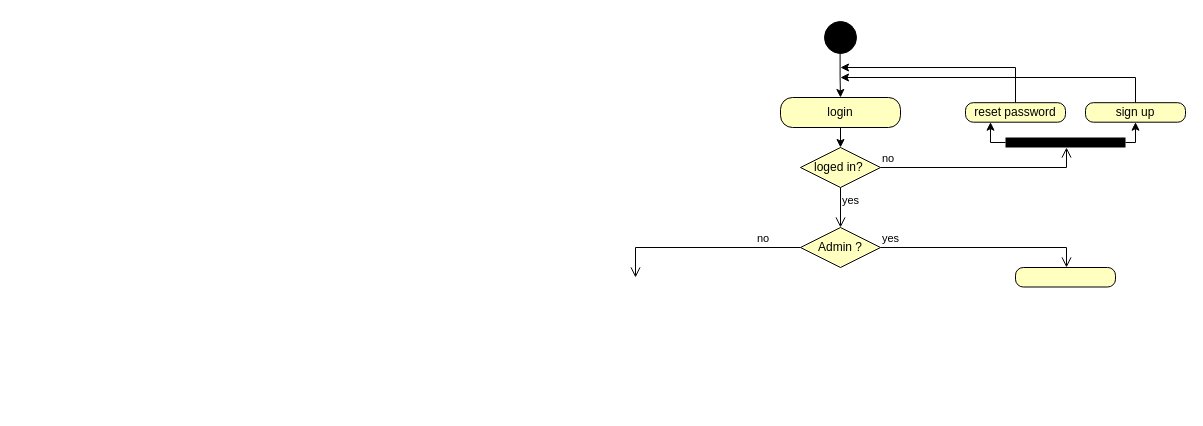
The draw.io diagram activite.drawio in oualidazemray/ENIIMSPORTS-v2, before the edit. Source tidied: cells renumbered, new cells numbered last; positions are measured from the earlier drawing's top-left corner, leaving out a move shared by most shapes. Both pictures are drawn from the tidied source at 100%, with x=0, y=0 at pixel (635, 17).
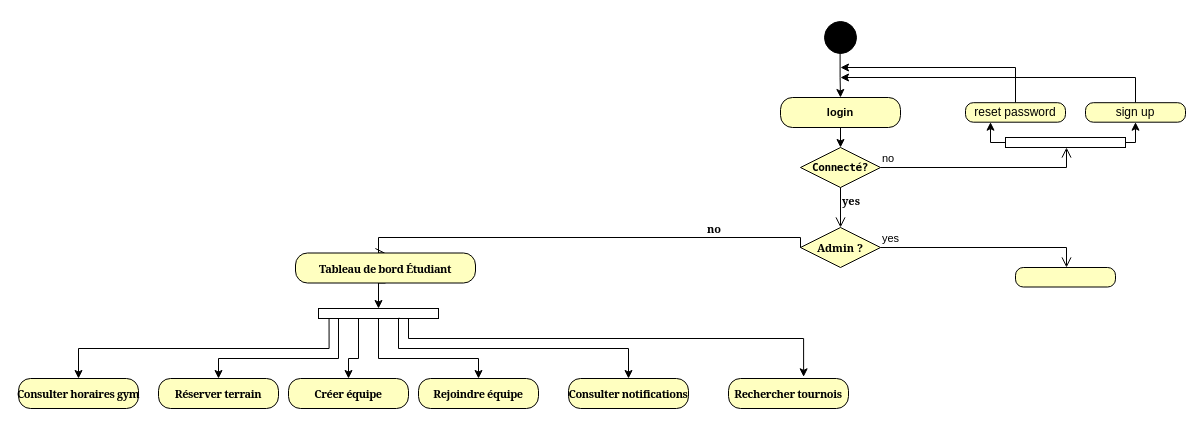
Above is the later version.

The change refers to these unchanged cells:
```xml
<mxCell id="10" value="reset password" style="rounded=1;whiteSpace=wrap;html=1;arcSize=40;fontColor=#000000;fillColor=#ffffc0;strokeColor=default;" parent="1" vertex="1">
  <mxGeometry x="330" y="85.2" width="100" height="19.5" as="geometry" />
</mxCell>
```

What changed in the source:
```diff
@@
-    <mxCell id="2" style="edgeStyle=orthogonalEdgeStyle;rounded=0;jettySize=auto;html=1;exitX=0.49;exitY=0.821;exitDx=0;exitDy=0;exitPerimeter=0;" parent="1" edge="1" source="3" target="5">
+    <mxCell id="2" style="edgeStyle=orthogonalEdgeStyle;rounded=0;jettySize=auto;html=1;exitX=0.49;exitY=0.821;exitDx=0;exitDy=0;exitPerimeter=0;fontColor=default;labelBackgroundColor=none;fontSize=11;fontStyle=1;" parent="1" edge="1" source="3" target="5">
       <mxGeometry relative="1" as="geometry" />
     </mxCell>
-    <mxCell id="3" style="ellipse;html=1;shape=startState;fillColor=#000000;strokeColor=default;" parent="1" vertex="1">
+    <mxCell id="3" style="ellipse;html=1;shape=startState;fillColor=#000000;strokeColor=default;fontColor=default;labelBackgroundColor=none;fontSize=11;fontStyle=1;" parent="1" vertex="1">
       <mxGeometry x="185" width="40" height="40" as="geometry" />
     </mxCell>
-    <mxCell id="4" style="edgeStyle=orthogonalEdgeStyle;rounded=0;jettySize=auto;html=1;exitX=0.5;exitY=1;exitDx=0;exitDy=0;entryX=0.5;entryY=0;entryDx=0;entryDy=0;" parent="1" edge="1" source="5" target="6">
+    <mxCell id="4" style="edgeStyle=orthogonalEdgeStyle;rounded=0;jettySize=auto;html=1;exitX=0.5;exitY=1;exitDx=0;exitDy=0;entryX=0.5;entryY=0;entryDx=0;entryDy=0;fontColor=default;labelBackgroundColor=none;fontSize=11;fontStyle=1;" parent="1" edge="1" source="5" target="6">
       <mxGeometry relative="1" as="geometry" />
     </mxCell>
-    <mxCell id="5" value="login" style="rounded=1;whiteSpace=wrap;html=1;arcSize=40;fontColor=#000000;fillColor=#ffffc0;strokeColor=default;" parent="1" vertex="1">
+    <mxCell id="5" value="login" style="rounded=1;whiteSpace=wrap;html=1;arcSize=40;fontColor=default;fillColor=#ffffc0;strokeColor=default;labelBackgroundColor=none;fontSize=11;fontStyle=1;" parent="1" vertex="1">
       <mxGeometry x="145" y="80" width="120" height="30" as="geometry" />
     </mxCell>
-    <mxCell id="6" value="loged in?&amp;nbsp;" style="rhombus;whiteSpace=wrap;html=1;fontColor=#000000;fillColor=#ffffc0;strokeColor=default;" parent="1" vertex="1">
+    <mxCell id="6" value="&lt;span style=&quot;font-family: &amp;quot;Fira Code&amp;quot;, &amp;quot;Fira Mono&amp;quot;, Menlo, Consolas, &amp;quot;DejaVu Sans Mono&amp;quot;, monospace; letter-spacing: -0.4px; text-align: left; white-space: pre;&quot;&gt;Connecté?&lt;/span&gt;" style="rhombus;whiteSpace=wrap;html=1;fontColor=default;fillColor=#ffffc0;strokeColor=default;labelBackgroundColor=none;fontSize=11;fontStyle=1;" parent="1" vertex="1">
       <mxGeometry x="165" y="130" width="80" height="40" as="geometry" />
     </mxCell>
@@
-    <mxCell id="8" value="yes" style="edgeStyle=orthogonalEdgeStyle;html=1;align=left;verticalAlign=top;endArrow=open;endSize=8;strokeColor=#000000;rounded=0;" parent="1" edge="1" source="6" target="16">
+    <mxCell id="8" value="yes" style="edgeStyle=orthogonalEdgeStyle;html=1;align=left;verticalAlign=top;endArrow=open;endSize=8;strokeColor=#000000;rounded=0;fontColor=default;labelBackgroundColor=none;fontSize=11;fontStyle=1;fontFamily=Georgia;" parent="1" edge="1" source="6" target="16">
       <mxGeometry x="-1" relative="1" as="geometry" />
     </mxCell>
-    <mxCell id="9" style="edgeStyle=orthogonalEdgeStyle;rounded=0;jettySize=auto;html=1;exitX=0.5;exitY=0;exitDx=0;exitDy=0;" parent="1" edge="1" source="10">
+    <mxCell id="9" style="edgeStyle=orthogonalEdgeStyle;rounded=0;jettySize=auto;html=1;exitX=0.5;exitY=0;exitDx=0;exitDy=0;fontColor=default;labelBackgroundColor=none;fontSize=11;fontStyle=1;" parent="1" edge="1" source="10">
       <mxGeometry relative="1" as="geometry">
         <mxPoint x="205" y="50" as="targetPoint" />
         <Array as="points">
           <mxPoint x="380" y="50" />
         </Array>
       </mxGeometry>
     </mxCell>
@@
-    <mxCell id="14" style="edgeStyle=orthogonalEdgeStyle;rounded=0;jettySize=auto;html=1;entryX=0.25;entryY=1;entryDx=0;entryDy=0;" parent="1" edge="1" source="15" target="10">
+    <mxCell id="14" style="edgeStyle=orthogonalEdgeStyle;rounded=0;jettySize=auto;html=1;entryX=0.25;entryY=1;entryDx=0;entryDy=0;fontColor=default;labelBackgroundColor=none;fontSize=11;fontStyle=1;" parent="1" edge="1" source="15" target="10">
       <mxGeometry relative="1" as="geometry">
         <Array as="points">
           <mxPoint x="355" y="125" />
         </Array>
       </mxGeometry>
     </mxCell>
-    <mxCell id="15" style="rounded=0;whiteSpace=wrap;html=1;fillColor=#000000;strokeColor=none;" parent="1" vertex="1">
+    <mxCell id="15" style="rounded=0;whiteSpace=wrap;html=1;fillColor=none;strokeColor=default;" parent="1" vertex="1">
       <mxGeometry x="370" y="120" width="120" height="10" as="geometry" />
     </mxCell>
-    <mxCell id="16" value="Admin ?" style="rhombus;whiteSpace=wrap;html=1;fontColor=#000000;fillColor=#ffffc0;strokeColor=default;" parent="1" vertex="1">
+    <mxCell id="16" value="Admin ?" style="rhombus;whiteSpace=wrap;html=1;fontColor=default;fillColor=#ffffc0;strokeColor=default;labelBackgroundColor=none;fontSize=11;fontStyle=1;fontFamily=Georgia;" parent="1" vertex="1">
       <mxGeometry x="165" y="210" width="80" height="40" as="geometry" />
     </mxCell>
@@
-    <mxCell id="18" value="no" style="edgeStyle=orthogonalEdgeStyle;html=1;align=left;verticalAlign=bottom;endArrow=open;endSize=8;strokeColor=#000000;rounded=0;exitX=0;exitY=0.5;exitDx=0;exitDy=0;" parent="1" edge="1" source="16">
+    <mxCell id="18" value="no" style="edgeStyle=orthogonalEdgeStyle;html=1;align=left;verticalAlign=bottom;endArrow=open;endSize=8;strokeColor=#000000;rounded=0;exitX=0;exitY=0.5;exitDx=0;exitDy=0;entryX=0.5;entryY=0;entryDx=0;entryDy=0;labelBackgroundColor=none;fontColor=default;fontFamily=Georgia;fontStyle=1;fontSize=11;" parent="1" edge="1" source="16" target="21">
       <mxGeometry x="-0.54" relative="1" as="geometry">
-        <mxPoint y="260" as="targetPoint" />
         <Array as="points">
-          <mxPoint y="230" />
+          <mxPoint x="165" y="220" />
+          <mxPoint x="-257" y="220" />
         </Array>
       </mxGeometry>
     </mxCell>
@@
+    <mxCell id="20" style="edgeStyle=orthogonalEdgeStyle;rounded=0;jettySize=auto;html=1;exitX=0.5;exitY=1;exitDx=0;exitDy=0;entryX=0.5;entryY=0;entryDx=0;entryDy=0;labelBackgroundColor=none;fontColor=default;fontFamily=Georgia;fontStyle=1;fontSize=11;" parent="1" edge="1" source="21" target="33">
+      <mxGeometry relative="1" as="geometry" />
+    </mxCell>
+    <mxCell id="21" value="&lt;span style=&quot;letter-spacing: -0.4px; text-align: left; white-space: pre;&quot;&gt;Tableau de bord Étudiant&lt;/span&gt;" style="rounded=1;whiteSpace=wrap;html=1;arcSize=40;fontColor=default;fillColor=#ffffc0;strokeColor=default;labelBackgroundColor=none;fontSize=11;fontStyle=1;fontFamily=Georgia;" parent="1" vertex="1">
+      <mxGeometry x="-340" y="235.5" width="180" height="30" as="geometry" />
+    </mxCell>
+    <mxCell id="22" value="&lt;span style=&quot;letter-spacing: -0.4px; text-align: left; white-space: pre;&quot;&gt;Rejoindre équipe&lt;/span&gt;" style="rounded=1;whiteSpace=wrap;html=1;arcSize=40;fontColor=default;fillColor=#ffffc0;strokeColor=default;labelBackgroundColor=none;fontSize=11;fontStyle=1;fontFamily=Georgia;" parent="1" vertex="1">
+      <mxGeometry x="-217" y="361" width="120" height="30" as="geometry" />
+    </mxCell>
+    <mxCell id="23" value="&lt;span style=&quot;letter-spacing: -0.4px; text-align: left; white-space: pre;&quot;&gt;Consulter notifications&lt;/span&gt;" style="rounded=1;whiteSpace=wrap;html=1;arcSize=40;fontColor=default;fillColor=#ffffc0;strokeColor=default;labelBackgroundColor=none;fontSize=11;fontStyle=1;fontFamily=Georgia;" parent="1" vertex="1">
+      <mxGeometry x="-67" y="361" width="120" height="30" as="geometry" />
+    </mxCell>
+    <mxCell id="24" value="&lt;span style=&quot;letter-spacing: -0.4px; text-align: left; white-space: pre;&quot;&gt;Rechercher tournois&lt;/span&gt;" style="rounded=1;whiteSpace=wrap;html=1;arcSize=40;fontColor=default;fillColor=#ffffc0;strokeColor=default;labelBackgroundColor=none;fontSize=11;fontStyle=1;fontFamily=Georgia;" parent="1" vertex="1">
+      <mxGeometry x="93" y="361" width="120" height="30" as="geometry" />
+    </mxCell>
+    <mxCell id="25" value="&lt;span style=&quot;letter-spacing: -0.4px; text-align: left; white-space: pre;&quot;&gt;Créer équipe&lt;/span&gt;" style="rounded=1;whiteSpace=wrap;html=1;arcSize=40;fontColor=default;fillColor=#ffffc0;strokeColor=default;labelBackgroundColor=none;fontSize=11;fontStyle=1;fontFamily=Georgia;" parent="1" vertex="1">
+      <mxGeometry x="-347" y="361" width="120" height="30" as="geometry" />
+    </mxCell>
+    <mxCell id="26" value="&lt;span style=&quot;letter-spacing: -0.4px; text-align: left; white-space: pre;&quot;&gt;Réserver terrain&lt;/span&gt;" style="rounded=1;whiteSpace=wrap;html=1;arcSize=40;fontColor=default;fillColor=#ffffc0;strokeColor=default;labelBackgroundColor=none;fontSize=11;fontStyle=1;fontFamily=Georgia;" parent="1" vertex="1">
+      <mxGeometry x="-477" y="361" width="120" height="30" as="geometry" />
+    </mxCell>
+    <mxCell id="27" value="&lt;span style=&quot;letter-spacing: -0.4px; text-align: left; white-space: pre;&quot;&gt;Consulter horaires gym&lt;/span&gt;" style="rounded=1;whiteSpace=wrap;html=1;arcSize=40;fontColor=default;fillColor=#ffffc0;strokeColor=default;labelBackgroundColor=none;fontSize=11;fontStyle=1;fontFamily=Georgia;" parent="1" vertex="1">
+      <mxGeometry x="-617" y="361" width="120" height="30" as="geometry" />
+    </mxCell>
+    <mxCell id="28" style="edgeStyle=orthogonalEdgeStyle;rounded=0;jettySize=auto;html=1;exitX=0.5;exitY=1;exitDx=0;exitDy=0;entryX=0.5;entryY=0;entryDx=0;entryDy=0;labelBackgroundColor=none;fontColor=default;fontFamily=Georgia;fontStyle=1;fontSize=11;" parent="1" edge="1" source="33" target="22">
+      <mxGeometry relative="1" as="geometry">
+        <Array as="points">
+          <mxPoint x="-257" y="341" />
+          <mxPoint x="-157" y="341" />
+        </Array>
+      </mxGeometry>
+    </mxCell>
+    <mxCell id="29" style="edgeStyle=orthogonalEdgeStyle;rounded=0;jettySize=auto;html=1;entryX=0.5;entryY=0;entryDx=0;entryDy=0;exitX=0.677;exitY=0.981;exitDx=0;exitDy=0;exitPerimeter=0;labelBackgroundColor=none;fontColor=default;fontFamily=Georgia;fontStyle=1;fontSize=11;" parent="1" edge="1" source="33" target="23">
+      <mxGeometry relative="1" as="geometry">
+        <Array as="points">
+          <mxPoint x="-237" y="301" />
+          <mxPoint x="-237" y="331" />
+          <mxPoint x="-7" y="331" />
+        </Array>
+      </mxGeometry>
+    </mxCell>
+    <mxCell id="30" style="edgeStyle=orthogonalEdgeStyle;rounded=0;jettySize=auto;html=1;exitX=0.5;exitY=1;exitDx=0;exitDy=0;labelBackgroundColor=none;fontColor=default;fontFamily=Georgia;fontStyle=1;fontSize=11;" parent="1" edge="1" source="33" target="25">
+      <mxGeometry relative="1" as="geometry">
+        <Array as="points">
+          <mxPoint x="-277" y="301" />
+          <mxPoint x="-277" y="341" />
+          <mxPoint x="-287" y="341" />
+        </Array>
+      </mxGeometry>
+    </mxCell>
+    <mxCell id="31" style="edgeStyle=orthogonalEdgeStyle;rounded=0;jettySize=auto;html=1;exitX=0.25;exitY=1;exitDx=0;exitDy=0;entryX=0.5;entryY=0;entryDx=0;entryDy=0;labelBackgroundColor=none;fontColor=default;fontFamily=Georgia;fontStyle=1;fontSize=11;" parent="1" edge="1" source="33" target="26">
+      <mxGeometry relative="1" as="geometry">
+        <Array as="points">
+          <mxPoint x="-297" y="301" />
+          <mxPoint x="-297" y="341" />
+          <mxPoint x="-417" y="341" />
+        </Array>
+      </mxGeometry>
+    </mxCell>
+    <mxCell id="32" style="edgeStyle=orthogonalEdgeStyle;rounded=0;jettySize=auto;html=1;exitX=0.75;exitY=1;exitDx=0;exitDy=0;entryX=0.626;entryY=-0.056;entryDx=0;entryDy=0;entryPerimeter=0;labelBackgroundColor=none;fontColor=default;fontFamily=Georgia;fontStyle=1;fontSize=11;" parent="1" edge="1" source="33" target="24">
+      <mxGeometry relative="1" as="geometry">
+        <Array as="points">
+          <mxPoint x="-227" y="321" />
+          <mxPoint x="168" y="321" />
+        </Array>
+      </mxGeometry>
+    </mxCell>
+    <mxCell id="33" style="rounded=0;whiteSpace=wrap;html=1;fillColor=none;strokeColor=default;labelBackgroundColor=none;fontColor=default;fontFamily=Georgia;fontStyle=1;fontSize=11;" parent="1" vertex="1">
+      <mxGeometry x="-317" y="291" width="120" height="10" as="geometry" />
+    </mxCell>
+    <mxCell id="34" style="edgeStyle=orthogonalEdgeStyle;rounded=0;jettySize=auto;html=1;entryX=0.5;entryY=0;entryDx=0;entryDy=0;exitX=0.088;exitY=1.032;exitDx=0;exitDy=0;exitPerimeter=0;labelBackgroundColor=none;fontColor=default;fontFamily=Georgia;fontStyle=1;fontSize=11;" parent="1" edge="1" source="33" target="27">
+      <mxGeometry relative="1" as="geometry">
+        <Array as="points">
+          <mxPoint x="-306" y="331" />
+          <mxPoint x="-557" y="331" />
+        </Array>
+      </mxGeometry>
+    </mxCell>
```
